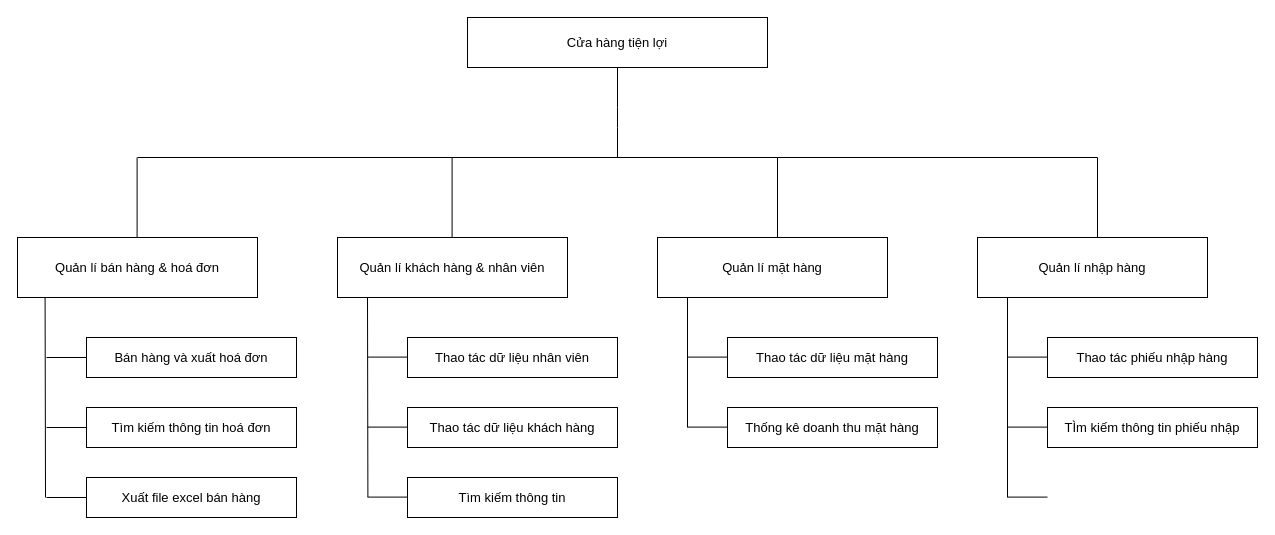
Above: BFD.drawio in EdgarIgnite16/OOAD-Project (draw.io), before the change. Source tidied: cells renumbered, new cells numbered last; positions are measured from the earlier drawing's top-left corner, leaving out a move shared by most shapes. Both pictures are drawn from the tidied source at 100%, with x=0, y=0 at pixel (17, 17).
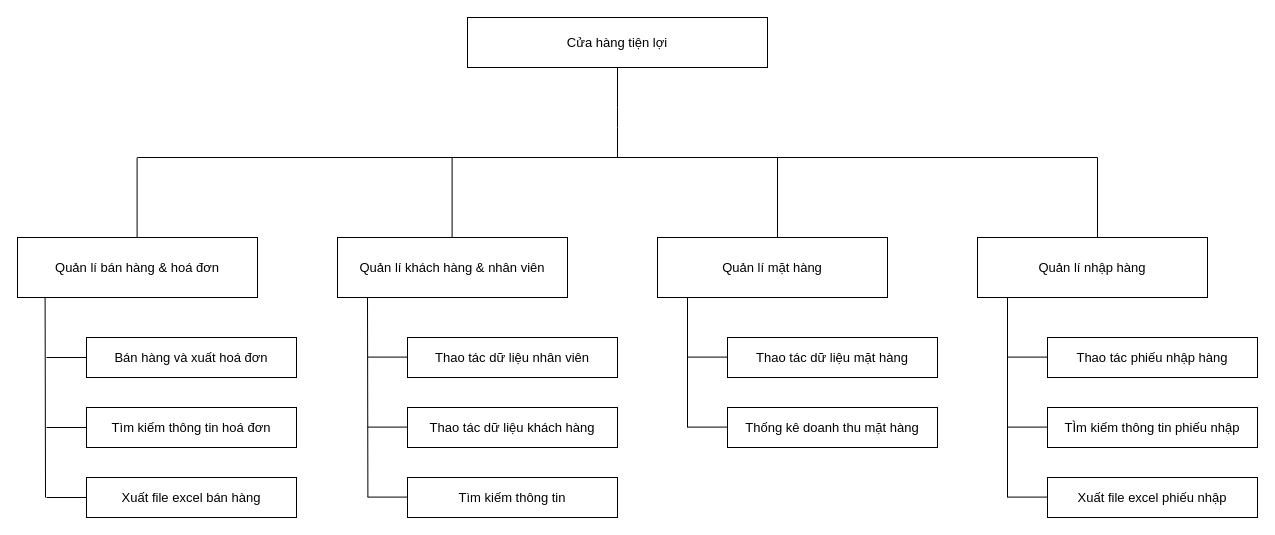
After the change.

The edit, as a diff of the source:
```diff
@@
+    <mxCell id="38" value="Xuất file excel phiếu nhập" style="rounded=0;whiteSpace=wrap;html=1;fontSize=13;verticalAlign=middle;shadow=0;" parent="1" vertex="1">
+      <mxGeometry x="1030" y="460" width="210" height="40" as="geometry" />
+    </mxCell>
```
